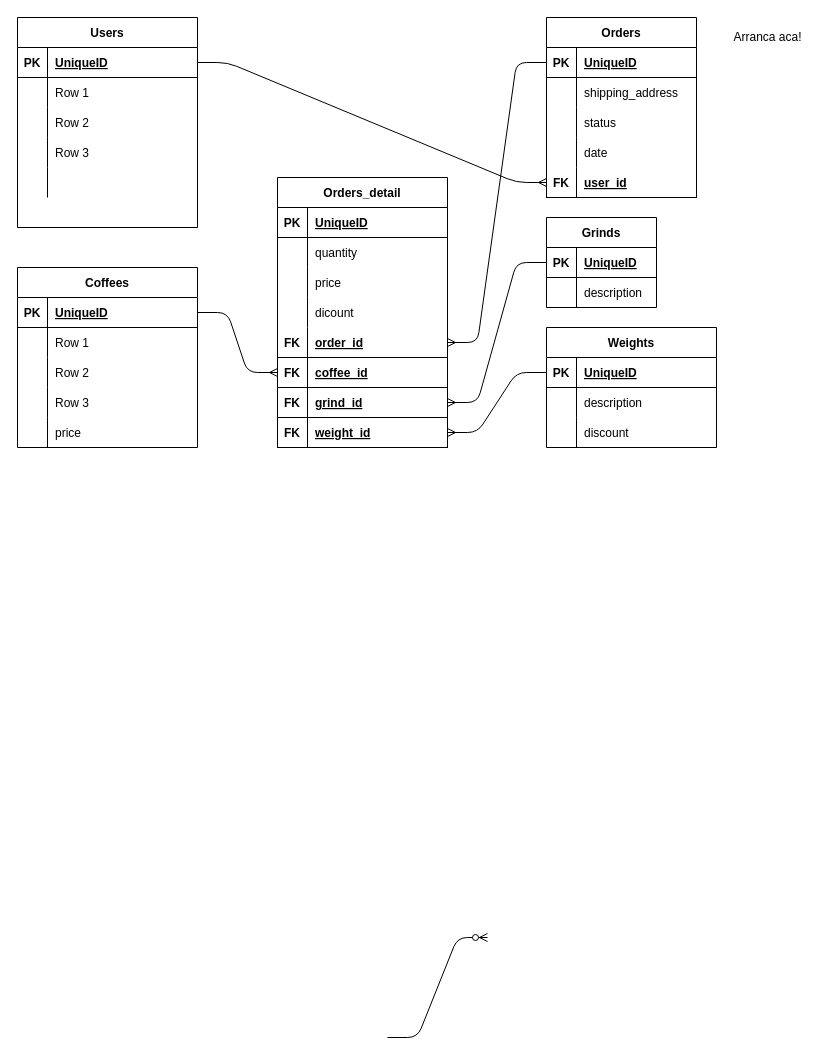
lcarpignano/grupo-9-devCoffee keeps this draw.io diagram as Untitled Diagram.drawio. Above is the earlier version. Source tidied: cells renumbered, new cells numbered last; positions are measured from the earlier drawing's top-left corner, leaving out a move shared by most shapes. Both pictures are drawn from the tidied source at 100%, with x=0, y=0 at pixel (17, 17).
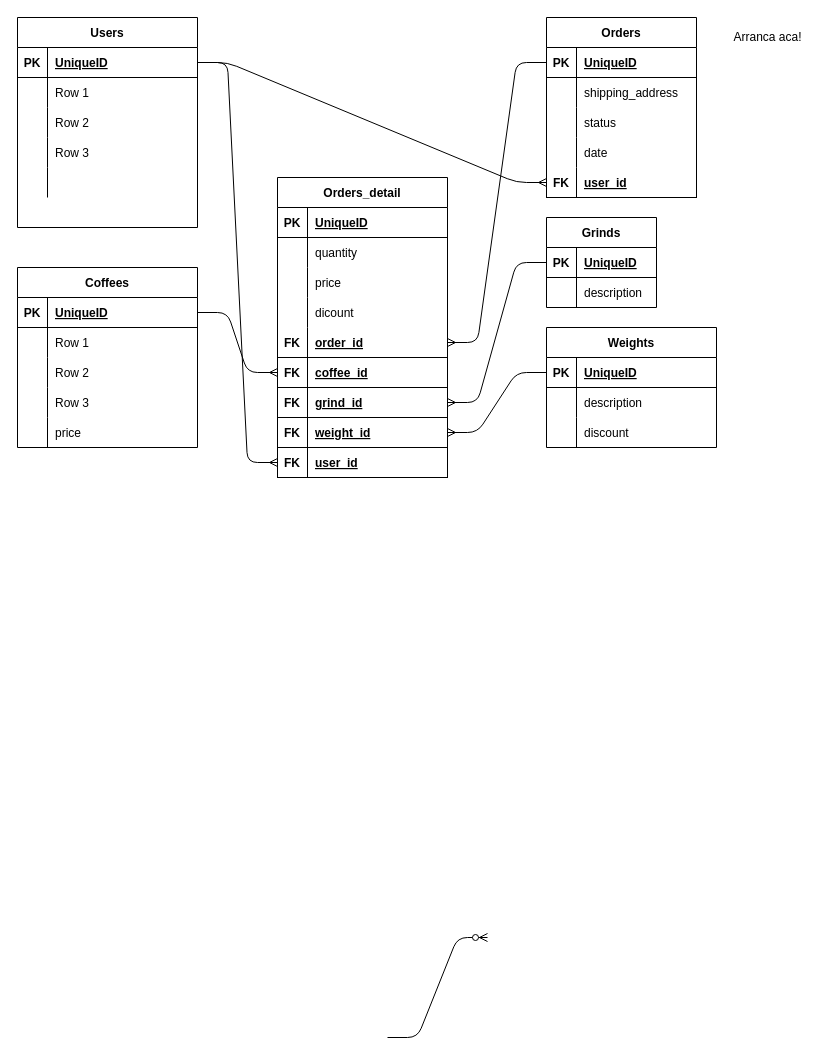
Above is the later version.

The change refers to these unchanged cells:
```xml
<mxCell id="38" style="shape=partialRectangle;fillColor=none;top=0;left=0;bottom=1;right=0;points=[[0,0.5],[1,0.5]];portConstraint=eastwest;" parent="37" vertex="1">
  <mxGeometry y="30" width="180" height="30" as="geometry" />
</mxCell>
```

The edit, as a diff of the source:
```diff
@@
     <mxCell id="69" value="Orders_detail" style="shape=table;startSize=30;childLayout=tableLayout;rowLines=0;fontStyle=1;align=center;" parent="1" vertex="1">
-      <mxGeometry x="260" y="160" width="170" height="270" as="geometry" />
+      <mxGeometry x="260" y="160" width="170" height="300" as="geometry" />
     </mxCell>
@@
+    <mxCell id="99" style="shape=partialRectangle;fillColor=none;top=0;left=0;bottom=1;right=0;points=[[0,0.5],[1,0.5]];portConstraint=eastwest;" parent="69" vertex="1">
+      <mxGeometry y="270" width="170" height="30" as="geometry" />
+    </mxCell>
+    <mxCell id="100" value="FK" style="shape=partialRectangle;fillColor=none;top=0;left=0;bottom=0;right=0;fontStyle=1;overflow=hidden;" parent="99" vertex="1">
+      <mxGeometry width="30" height="30" as="geometry" />
+    </mxCell>
+    <mxCell id="101" value="user_id" style="shape=partialRectangle;fillColor=none;top=0;left=0;bottom=0;right=0;align=left;spacingLeft=6;fontStyle=5;overflow=hidden;" parent="99" vertex="1">
+      <mxGeometry x="30" width="140" height="30" as="geometry" />
+    </mxCell>
@@
+    <mxCell id="102" style="edgeStyle=entityRelationEdgeStyle;fontSize=12;html=1;endArrow=ERmany;exitX=1;exitY=0.5;exitDx=0;exitDy=0;entryX=0;entryY=0.5;entryDx=0;entryDy=0;" parent="1" edge="1" source="38" target="99">
+      <mxGeometry relative="1" as="geometry" />
+    </mxCell>
```
